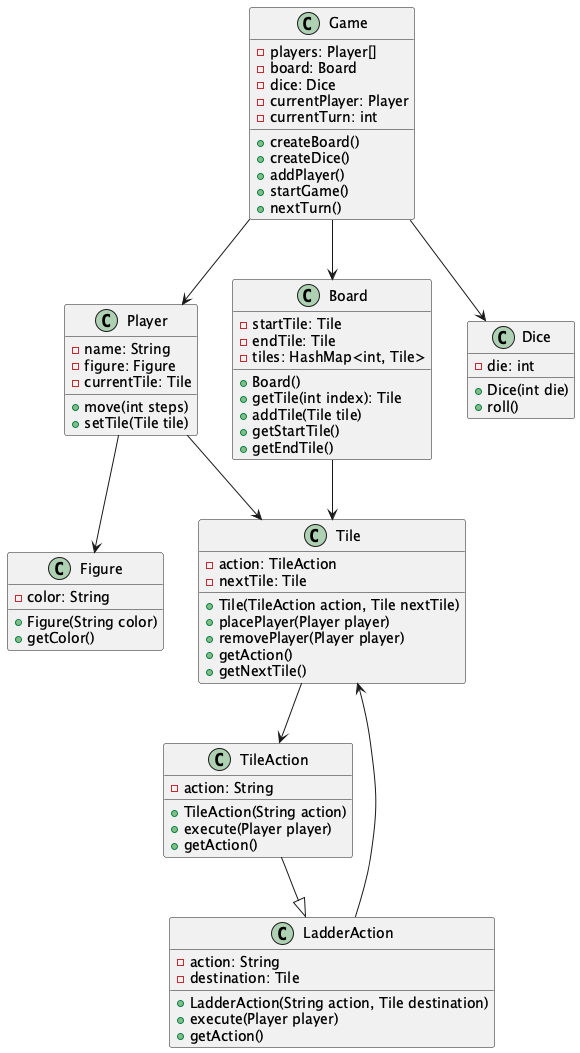
Segward/ladder-game keeps this PlantUML diagram as classdiagram.png. Above is the earlier version. Source of this version:
```plantuml
@startuml

class Game {
    -players: Player[]
    -board: Board
    -dice: Dice
    -currentPlayer: Player
    -currentTurn: int
    +createBoard()
    +createDice()
    +addPlayer()
    +startGame()
    +nextTurn()
}

class Player {
    -name: String
    -figure: Figure
    -currentTile: Tile
    +move(int steps)
    +setTile(Tile tile)
}

class Figure {
    -color: String
    +Figure(String color)
    +getColor()
}

class Board {
    -startTile: Tile
    -endTile: Tile
    -tiles: HashMap<int, Tile>
    +Board()
    +getTile(int index): Tile
    +addTile(Tile tile)
    +getStartTile()
    +getEndTile()
}

class Dice {
    -die: int
    +Dice(int die)
    +roll()
}

class Tile {
    -action: TileAction
    -nextTile: Tile
    +Tile(TileAction action, Tile nextTile)
    +placePlayer(Player player)
    +removePlayer(Player player)
    +getAction()
    +getNextTile()
}

class TileAction {
    -action: String
    +TileAction(String action)
    +execute(Player player)
    +getAction()
}

class LadderAction {
    -action: String
    -destination: Tile
    +LadderAction(String action, Tile destination)
    +execute(Player player)
    +getAction()
}

Game --> Player
Game --> Board
Game --> Dice
Player --> Figure
Board --> Tile
Tile --> TileAction
TileAction --|> LadderAction
LadderAction --> Tile
Player --> Tile

@enduml
```
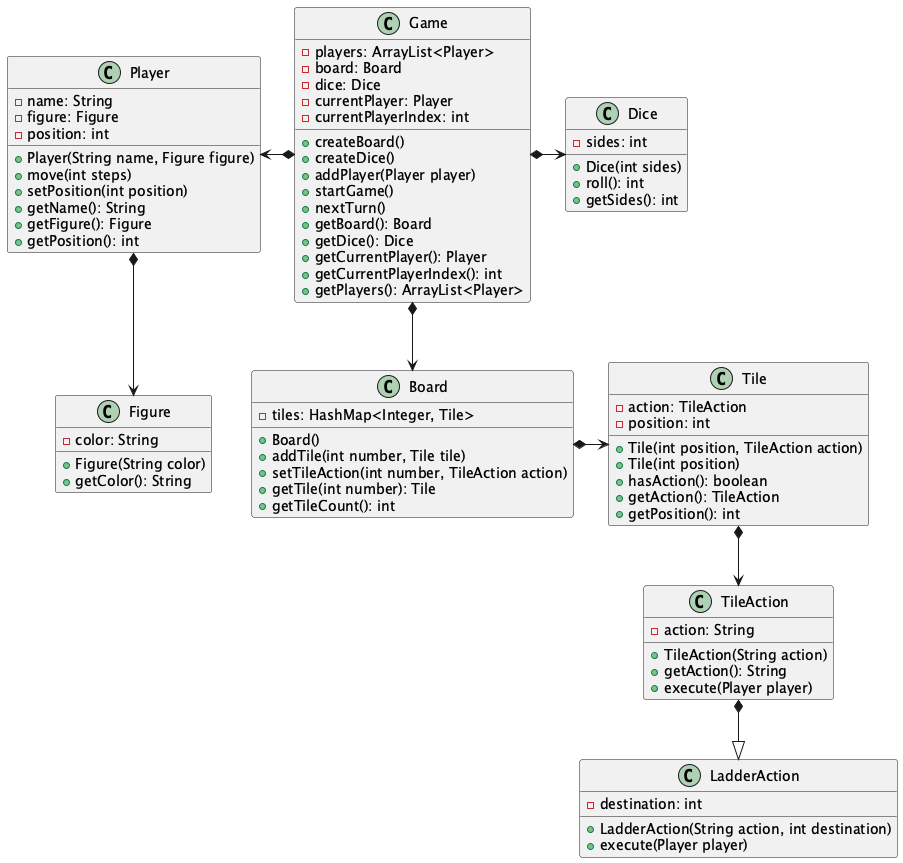
After the change.

The edit, as a diff of the source:
```diff
@@ -1,82 +1,86 @@
 @startuml
 
 class Game {
-    -players: Player[]
+    -players: ArrayList<Player>
     -board: Board
     -dice: Dice
     -currentPlayer: Player
-    -currentTurn: int
+    -currentPlayerIndex: int
     +createBoard()
     +createDice()
-    +addPlayer()
+    +addPlayer(Player player)
     +startGame()
     +nextTurn()
+    +getBoard(): Board
+    +getDice(): Dice
+    +getCurrentPlayer(): Player
+    +getCurrentPlayerIndex(): int
+    +getPlayers(): ArrayList<Player>
 }
 
 class Player {
     -name: String
     -figure: Figure
-    -currentTile: Tile
+    -position: int
+    +Player(String name, Figure figure)
     +move(int steps)
-    +setTile(Tile tile)
+    +setPosition(int position)
+    +getName(): String
+    +getFigure(): Figure
+    +getPosition(): int
 }
 
 class Figure {
     -color: String
     +Figure(String color)
-    +getColor()
+    +getColor(): String
 }
 
 class Board {
-    -startTile: Tile
-    -endTile: Tile
-    -tiles: HashMap<int, Tile>
+    -tiles: HashMap<Integer, Tile>
     +Board()
-    +getTile(int index): Tile
-    +addTile(Tile tile)
-    +getStartTile()
-    +getEndTile()
+    +addTile(int number, Tile tile)
+    +setTileAction(int number, TileAction action)
+    +getTile(int number): Tile
+    +getTileCount(): int
 }
 
 class Dice {
-    -die: int
-    +Dice(int die)
-    +roll()
+    -sides: int
+    +Dice(int sides)
+    +roll(): int
+    +getSides(): int
 }
 
 class Tile {
     -action: TileAction
-    -nextTile: Tile
-    +Tile(TileAction action, Tile nextTile)
-    +placePlayer(Player player)
-    +removePlayer(Player player)
-    +getAction()
-    +getNextTile()
+    -position: int
+    +Tile(int position, TileAction action)
+    +Tile(int position)
+    +hasAction(): boolean
+    +getAction(): TileAction
+    +getPosition(): int
 }
 
 class TileAction {
     -action: String
     +TileAction(String action)
+    +getAction(): String
     +execute(Player player)
-    +getAction()
 }
 
 class LadderAction {
-    -action: String
-    -destination: Tile
-    +LadderAction(String action, Tile destination)
+    -destination: int
+    +LadderAction(String action, int destination)
     +execute(Player player)
-    +getAction()
 }
 
-Game --> Player
-Game --> Board
-Game --> Dice
-Player --> Figure
-Board --> Tile
-Tile --> TileAction
-TileAction --|> LadderAction
-LadderAction --> Tile
-Player --> Tile
+Game *-left-> Player
+Game *-right-> Dice
+Game *--> Board
+Player *-down-> Figure
+Board *-right-> Tile
+Tile *--> TileAction
+TileAction *--|> LadderAction
 
 @enduml
```
